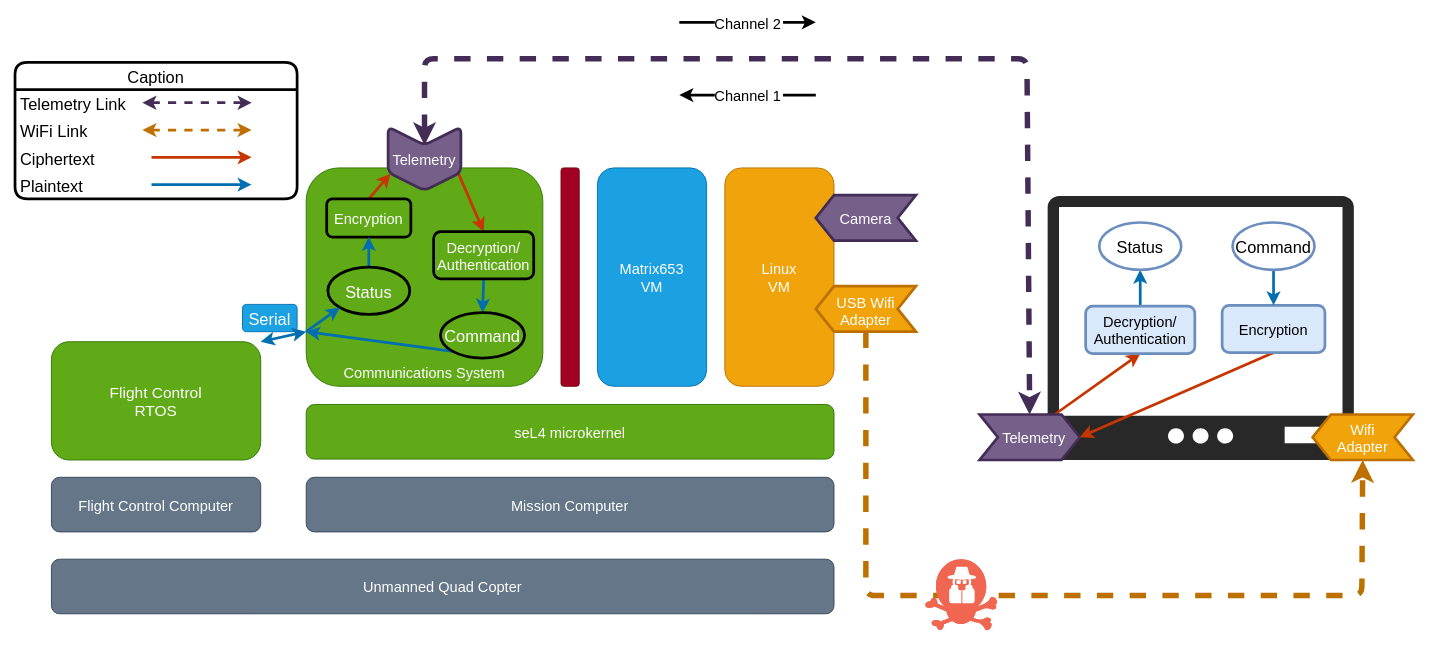
Before: pics/system.drawio in colorglass/seL4_rpi4, a draw.io diagram. Source tidied: cells renumbered, new cells numbered last; positions are measured from the earlier drawing's top-left corner, leaving out a move shared by most shapes. Both pictures are drawn from the tidied source at 91%, with x=0, y=0 at pixel (15, 22).
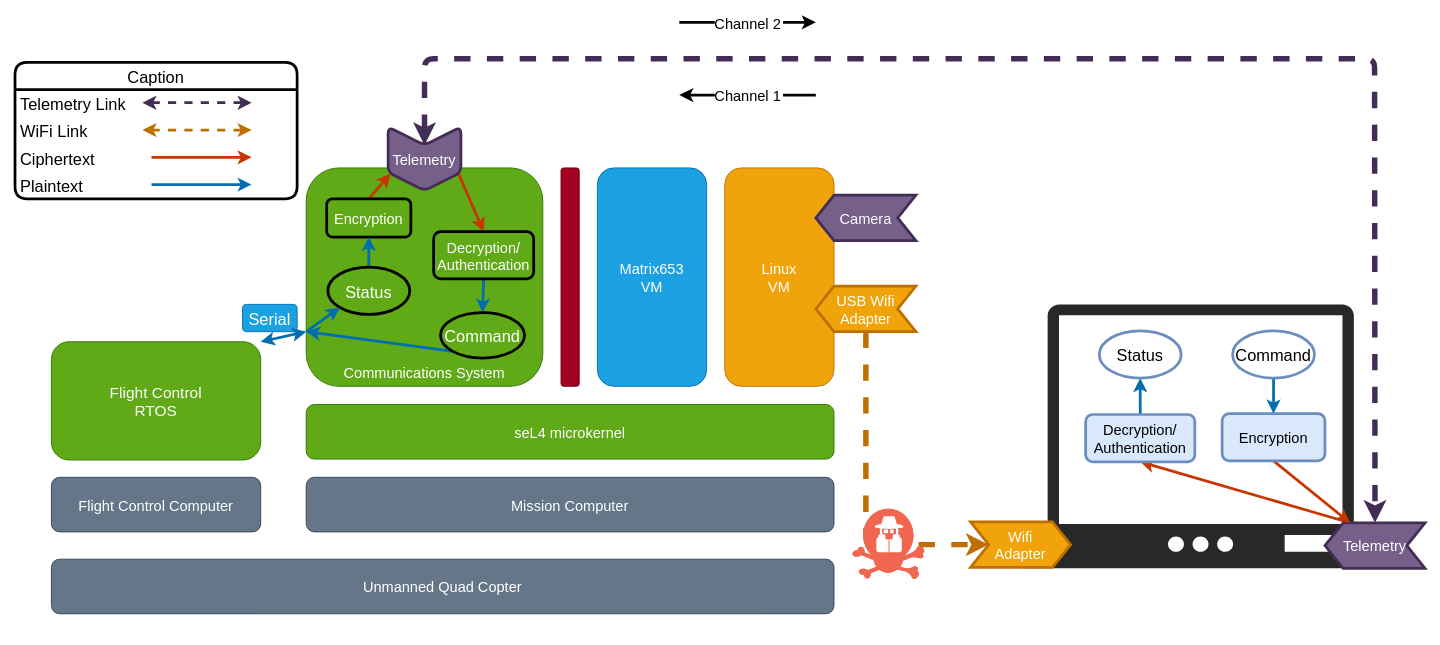
The same page after the edit.

The change refers to these unchanged cells:
```xml
<mxCell id="14" value="Telemetry" style="text;strokeColor=none;fillColor=none;align=center;verticalAlign=middle;rounded=0;strokeWidth=3;fontSize=16;fontColor=#FFFFFF;" parent="1" vertex="1">
  <mxGeometry x="420" y="135" width="60" height="30" as="geometry" />
</mxCell>
<mxCell id="23" style="shape=step;perimeter=stepPerimeter;fixedSize=1;rounded=0;strokeColor=#BD7000;strokeWidth=3;fontSize=16;fontColor=#000000;rotation=-180;fillColor=#f0a30a;" parent="1" vertex="1">
  <mxGeometry x="880" y="290" width="110" height="50" as="geometry" />
</mxCell>
```

What changed in the source:
```diff
@@
     <mxCell id="2" style="verticalLabelPosition=bottom;sketch=0;html=1;fillColor=#282828;strokeColor=none;verticalAlign=top;align=center;shape=mxgraph.cisco_safe.iot_things_icons.icon28;" parent="1" vertex="1">
-      <mxGeometry x="1097" y="191" width="413" height="290" as="geometry" />
+      <mxGeometry x="1097" y="310" width="413" height="290" as="geometry" />
     </mxCell>
@@
-    <mxCell id="15" style="edgeStyle=none;exitX=0.75;exitY=0;exitDx=0;exitDy=0;entryX=0.5;entryY=1;entryDx=0;entryDy=0;strokeWidth=3;fontSize=18;fontColor=#000000;fillColor=#fa6800;strokeColor=#C73500;" parent="1" edge="1" source="16" target="50">
+    <mxCell id="15" style="edgeStyle=none;exitX=0.75;exitY=1;exitDx=0;exitDy=0;entryX=0.5;entryY=1;entryDx=0;entryDy=0;strokeWidth=3;fontSize=18;fontColor=#000000;fillColor=#fa6800;strokeColor=#C73500;" parent="1" edge="1" source="16" target="50">
       <mxGeometry relative="1" as="geometry" />
     </mxCell>
-    <mxCell id="16" style="shape=step;perimeter=stepPerimeter;fixedSize=1;rounded=0;strokeColor=#432D57;strokeWidth=3;fontSize=16;fontColor=#ffffff;fillColor=#76608a;" parent="1" vertex="1">
-      <mxGeometry x="1060" y="431" width="110" height="50" as="geometry" />
+    <mxCell id="16" style="shape=step;perimeter=stepPerimeter;fixedSize=1;rounded=0;strokeColor=#432D57;strokeWidth=3;fontSize=16;fontColor=#ffffff;fillColor=#76608a;rotation=-180;" parent="1" vertex="1">
+      <mxGeometry x="1439.5" y="550" width="110" height="50" as="geometry" />
     </mxCell>
     <mxCell id="17" value="Telemetry" style="text;strokeColor=none;fillColor=none;align=center;verticalAlign=middle;rounded=0;strokeWidth=3;fontSize=16;fontColor=#FFFFFF;" parent="1" vertex="1">
-      <mxGeometry x="1090" y="441" width="60" height="30" as="geometry" />
+      <mxGeometry x="1464.5" y="559" width="60" height="30" as="geometry" />
     </mxCell>
-    <mxCell id="18" style="edgeStyle=none;exitX=0.5;exitY=1;exitDx=0;exitDy=0;entryX=1;entryY=0.5;entryDx=0;entryDy=0;strokeWidth=3;fontSize=18;fontColor=#000000;fillColor=#fa6800;strokeColor=#C73500;" parent="1" edge="1" source="19" target="16">
+    <mxCell id="18" style="edgeStyle=none;exitX=0.5;exitY=1;exitDx=0;exitDy=0;entryX=0.75;entryY=1;entryDx=0;entryDy=0;strokeWidth=3;fontSize=18;fontColor=#000000;fillColor=#fa6800;strokeColor=#C73500;" parent="1" edge="1" source="19" target="16">
       <mxGeometry relative="1" as="geometry" />
     </mxCell>
     <mxCell id="19" value="Encryption" style="rounded=1;strokeColor=#6c8ebf;strokeWidth=3;fontSize=16;fillColor=#dae8fc;fontColor=#000000;" parent="1" vertex="1">
-      <mxGeometry x="1326.5" y="311" width="113" height="52" as="geometry" />
+      <mxGeometry x="1326.5" y="430" width="113" height="52" as="geometry" />
     </mxCell>
@@
-    <mxCell id="22" style="edgeStyle=none;exitX=0.5;exitY=0;exitDx=0;exitDy=0;entryX=0.5;entryY=0;entryDx=0;entryDy=0;strokeWidth=6;fontSize=16;fontColor=#FFFFFF;dashed=1;fillColor=#f0a30a;strokeColor=#BD7000;" parent="1" edge="1" source="23" target="25">
+    <mxCell id="22" style="edgeStyle=none;exitX=0.5;exitY=0;exitDx=0;exitDy=0;entryX=0;entryY=0.5;entryDx=0;entryDy=0;strokeWidth=6;fontSize=16;fontColor=#FFFFFF;dashed=1;fillColor=#f0a30a;strokeColor=#BD7000;" parent="1" edge="1" source="23" target="25">
       <mxGeometry relative="1" as="geometry">
         <Array as="points">
-          <mxPoint x="935" y="630" />
-          <mxPoint x="1480" y="630" />
+          <mxPoint x="935" y="574" />
         </Array>
       </mxGeometry>
     </mxCell>
@@
     <mxCell id="24" value="USB Wifi&#10;Adapter" style="text;strokeColor=none;fillColor=none;align=center;verticalAlign=middle;rounded=0;strokeWidth=3;fontSize=16;fontColor=#FFFFFF;" parent="1" vertex="1">
-      <mxGeometry x="897.5" y="302" width="75" height="30" as="geometry" />
+      <mxGeometry x="897.5" y="300" width="75" height="30" as="geometry" />
     </mxCell>
-    <mxCell id="25" style="shape=step;perimeter=stepPerimeter;fixedSize=1;rounded=0;strokeColor=#BD7000;strokeWidth=3;fontSize=16;fontColor=#000000;rotation=-180;fillColor=#f0a30a;" parent="1" vertex="1">
-      <mxGeometry x="1426" y="431" width="110" height="50" as="geometry" />
+    <mxCell id="25" style="shape=step;perimeter=stepPerimeter;fixedSize=1;rounded=0;strokeColor=#BD7000;strokeWidth=3;fontSize=16;fontColor=#000000;rotation=0;fillColor=#f0a30a;" parent="1" vertex="1">
+      <mxGeometry x="1050" y="549" width="110" height="50" as="geometry" />
     </mxCell>
     <mxCell id="26" value="Wifi&#10;Adapter" style="text;strokeColor=none;fillColor=none;align=center;verticalAlign=middle;rounded=0;strokeWidth=3;fontSize=16;fontColor=#FFFFFF;" parent="1" vertex="1">
-      <mxGeometry x="1451" y="441" width="60" height="30" as="geometry" />
+      <mxGeometry x="1075" y="559" width="60" height="30" as="geometry" />
     </mxCell>
@@
-    <mxCell id="29" style="endArrow=classic;startArrow=classic;fontColor=#FFFFFF;strokeWidth=6;dashed=1;exitX=0.5;exitY=0;exitDx=0;exitDy=0;entryX=0.5;entryY=0;entryDx=0;entryDy=0;fillColor=#76608a;strokeColor=#432D57;" parent="1" edge="1" source="14" target="16">
+    <mxCell id="29" style="endArrow=classic;startArrow=classic;fontColor=#FFFFFF;strokeWidth=6;dashed=1;exitX=0.5;exitY=0;exitDx=0;exitDy=0;entryX=0.5;entryY=1;entryDx=0;entryDy=0;fillColor=#76608a;strokeColor=#432D57;" parent="1" edge="1" source="14" target="16">
       <mxGeometry relative="1" as="geometry">
         <Array as="points">
           <mxPoint x="450" y="40" />
           <mxPoint x="1112" y="40" />
+          <mxPoint x="1494" y="40" />
         </Array>
       </mxGeometry>
     </mxCell>
@@
     <mxCell id="50" value="Decryption/&#10;Authentication" style="rounded=1;strokeColor=#6c8ebf;strokeWidth=3;fontSize=16;fillColor=#dae8fc;fontColor=#000000;" parent="1" vertex="1">
-      <mxGeometry x="1176.5" y="312" width="120" height="52" as="geometry" />
+      <mxGeometry x="1176.5" y="431" width="120" height="52" as="geometry" />
     </mxCell>
     <mxCell id="51" value="Status" style="ellipse;rounded=1;glass=0;fontSize=18;fontColor=#000000;fillColor=none;strokeWidth=3;strokeColor=#6C8EBF;" parent="1" vertex="1">
-      <mxGeometry x="1191.5" y="220" width="90" height="52" as="geometry" />
+      <mxGeometry x="1191.5" y="339" width="90" height="52" as="geometry" />
     </mxCell>
@@
     <mxCell id="53" value="Command" style="ellipse;rounded=1;glass=0;fontSize=18;fontColor=#000000;fillColor=none;strokeWidth=3;strokeColor=#6C8EBF;" parent="1" vertex="1">
-      <mxGeometry x="1338" y="220" width="90" height="52" as="geometry" />
+      <mxGeometry x="1338" y="339" width="90" height="52" as="geometry" />
     </mxCell>
@@
     <mxCell id="58" style="verticalLabelPosition=bottom;sketch=0;html=1;fillColor=#F06650;strokeColor=#ffffff;verticalAlign=top;align=center;shape=mxgraph.cisco_safe.compositeIcon;bgIcon=threat5;resIcon=mxgraph.cisco_safe.threat.threat_e3;" parent="1" vertex="1">
-      <mxGeometry x="1000" y="590" width="80" height="80" as="geometry" />
+      <mxGeometry x="920" y="534.5" width="80" height="79" as="geometry" />
     </mxCell>
```
